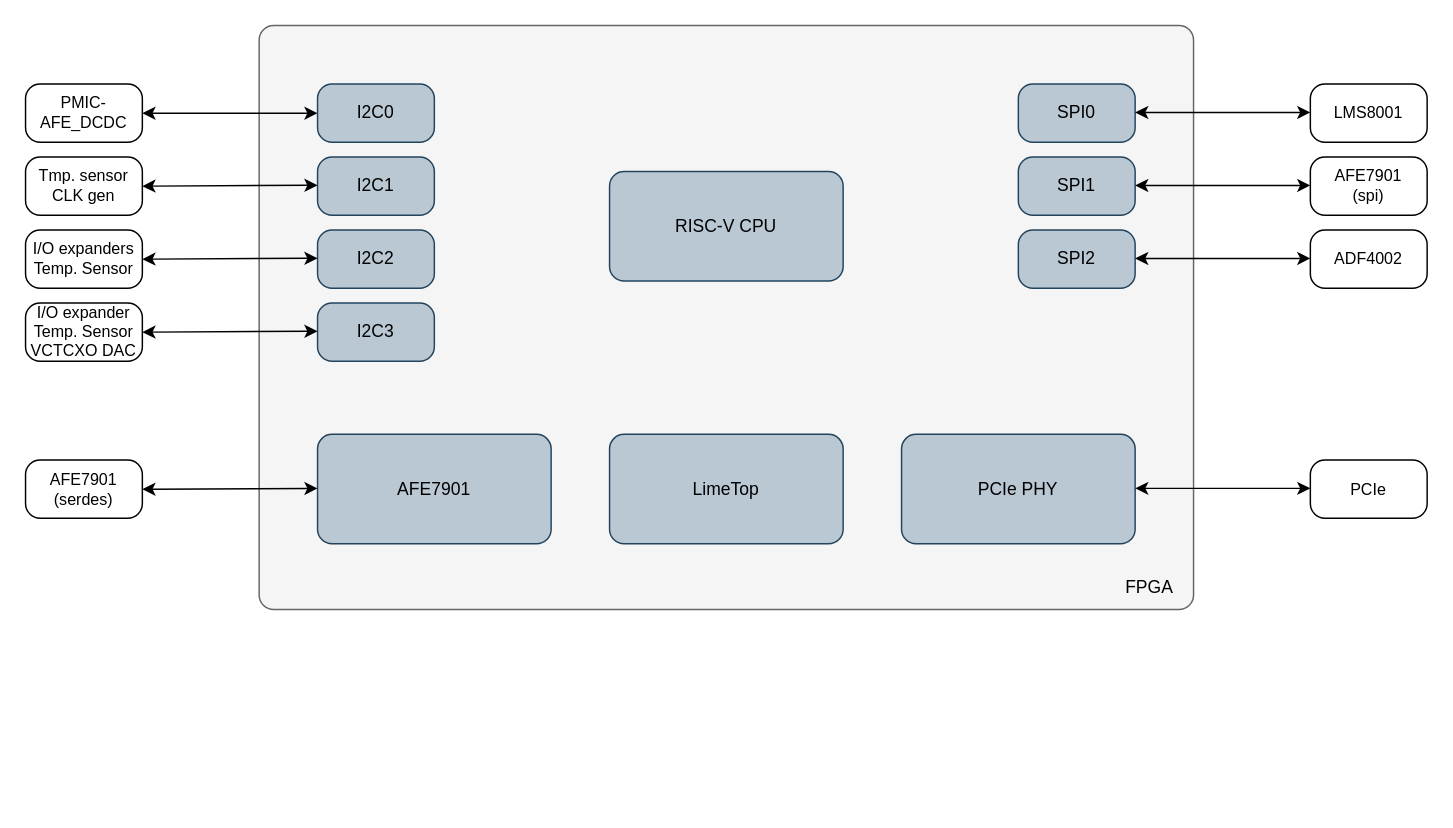
This is page "circuit" (1 of 2) of docs/docs/hipersdr_44xx/images/main_block_diagram.drawio from myriadrf/LimeSDR_GW, a draw.io file, before an edit. Source tidied: cells renumbered, new cells numbered last; positions are measured from the earlier drawing's top-left corner, leaving out a move shared by most shapes. Both pictures are drawn from the tidied source at 146%, with x=0, y=0 at pixel (25, 25).
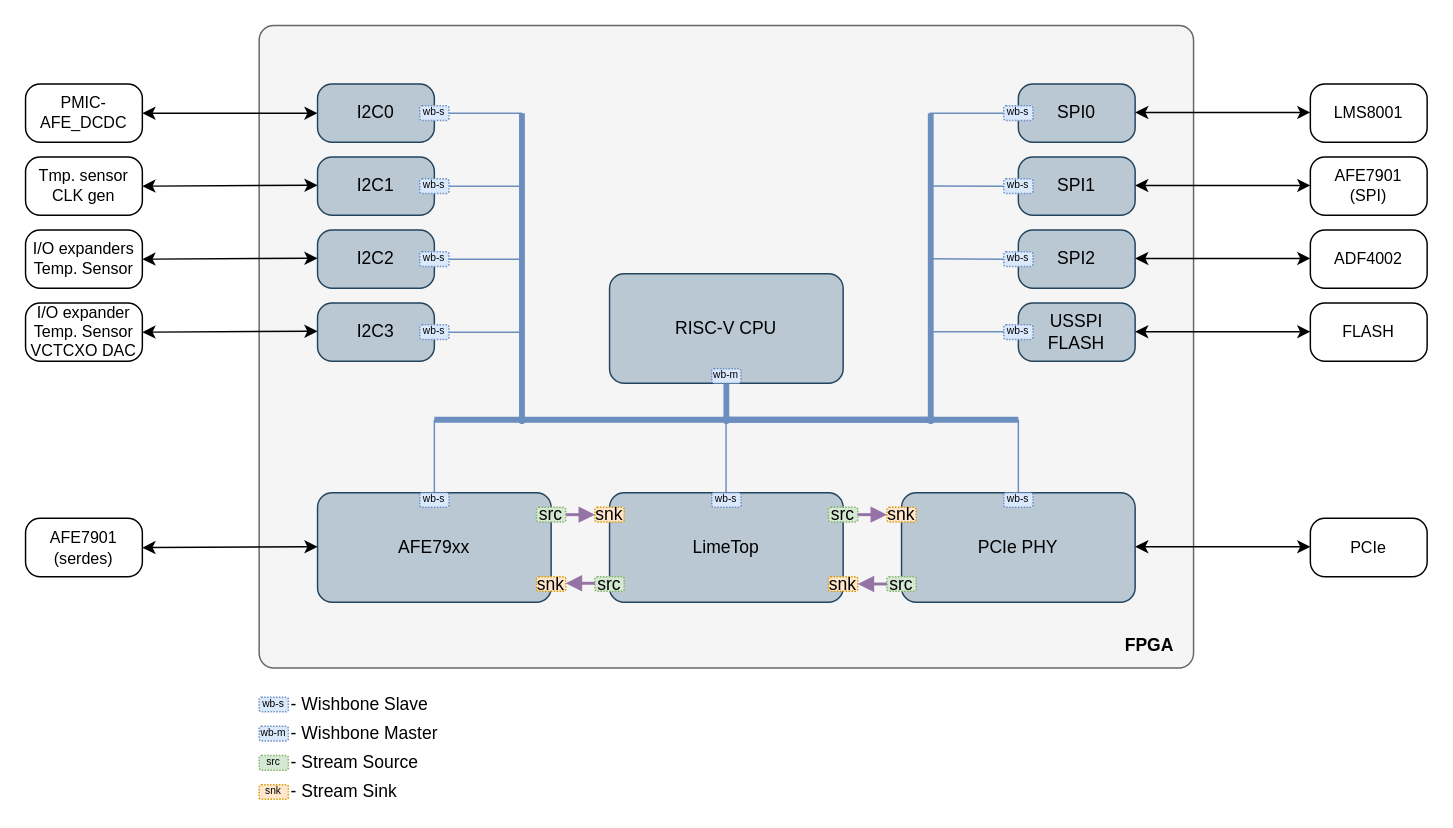
Above is the later version.

Commit message:
Updated main block diagram for hipersdr_44xx

The edit, as a diff of the source:
```diff
@@
     <mxCell id="2" style="html=1;whiteSpace=wrap;fillColor=#f5f5f5;shape=mxgraph.archimate3.application;appType=generic;archiType=rounded;strokeColor=#666666;fontColor=#333333;" parent="1" vertex="1">
-      <mxGeometry x="160" width="640" height="400" as="geometry" />
+      <mxGeometry x="160" width="640" height="440" as="geometry" />
     </mxCell>
     <mxCell id="3" value="LimeTop" style="html=1;whiteSpace=wrap;fillColor=#bac8d3;shape=mxgraph.archimate3.application;appType=generic;archiType=rounded;strokeColor=#23445d;" parent="1" vertex="1">
-      <mxGeometry x="400" y="280" width="160" height="75" as="geometry" />
+      <mxGeometry x="400" y="320" width="160" height="75" as="geometry" />
     </mxCell>
     <mxCell id="4" value="PCIe PHY" style="html=1;whiteSpace=wrap;fillColor=#bac8d3;shape=mxgraph.archimate3.application;appType=generic;archiType=rounded;strokeColor=#23445d;" parent="1" vertex="1">
-      <mxGeometry x="600" y="280" width="160" height="75" as="geometry" />
+      <mxGeometry x="600" y="320" width="160" height="75" as="geometry" />
     </mxCell>
@@
-    <mxCell id="20" value="AFE7901" style="html=1;whiteSpace=wrap;fillColor=#bac8d3;shape=mxgraph.archimate3.application;appType=generic;archiType=rounded;strokeColor=#23445d;" parent="1" vertex="1">
-      <mxGeometry x="200" y="280" width="160" height="75" as="geometry" />
+    <mxCell id="20" value="AFE79xx" style="html=1;whiteSpace=wrap;fillColor=#bac8d3;shape=mxgraph.archimate3.application;appType=generic;archiType=rounded;strokeColor=#23445d;" parent="1" vertex="1">
+      <mxGeometry x="200" y="320" width="160" height="75" as="geometry" />
     </mxCell>
-    <mxCell id="21" value="RISC-V CPU" style="html=1;whiteSpace=wrap;fillColor=#bac8d3;shape=mxgraph.archimate3.application;appType=generic;archiType=rounded;strokeColor=#23445d;" parent="1" vertex="1">
-      <mxGeometry x="400" y="100" width="160" height="75" as="geometry" />
-    </mxCell>
     <mxCell id="22" value="PCIe" style="html=1;whiteSpace=wrap;shape=mxgraph.archimate3.application;appType=generic;archiType=rounded;fontSize=11;" parent="1" vertex="1">
-      <mxGeometry x="880" y="297.5" width="80" height="40" as="geometry" />
+      <mxGeometry x="880" y="337.5" width="80" height="40" as="geometry" />
     </mxCell>
@@
-    <mxCell id="24" value="AFE7901&lt;div&gt;(spi)&lt;/div&gt;" style="html=1;whiteSpace=wrap;shape=mxgraph.archimate3.application;appType=generic;archiType=rounded;fontSize=11;" parent="1" vertex="1">
+    <mxCell id="24" value="AFE7901&lt;div&gt;(SPI)&lt;/div&gt;" style="html=1;whiteSpace=wrap;shape=mxgraph.archimate3.application;appType=generic;archiType=rounded;fontSize=11;" parent="1" vertex="1">
       <mxGeometry x="880" y="90" width="80" height="40" as="geometry" />
     </mxCell>
@@
     <mxCell id="29" style="endArrow=classic;startArrow=classic;html=1;rounded=0;entryX=0;entryY=0.5;entryDx=0;entryDy=0;entryPerimeter=0;exitX=1;exitY=0.5;exitDx=0;exitDy=0;exitPerimeter=0;" parent="1" edge="1">
       <mxGeometry relative="1" as="geometry">
-        <mxPoint x="760" y="317" as="sourcePoint" />
-        <mxPoint x="880" y="317" as="targetPoint" />
+        <mxPoint x="760" y="357" as="sourcePoint" />
+        <mxPoint x="880" y="357" as="targetPoint" />
       </mxGeometry>
     </mxCell>
-    <mxCell id="30" value="FPGA" style="text;strokeColor=none;align=center;fillColor=none;html=1;verticalAlign=middle;whiteSpace=wrap;rounded=0;" parent="1" vertex="1">
-      <mxGeometry x="740" y="370" width="60" height="30" as="geometry" />
+    <mxCell id="30" value="FPGA" style="text;strokeColor=none;align=center;fillColor=none;html=1;verticalAlign=middle;whiteSpace=wrap;rounded=0;fontStyle=1;" parent="1" vertex="1">
+      <mxGeometry x="740" y="410" width="60" height="30" as="geometry" />
     </mxCell>
     <mxCell id="31" value="AFE7901&lt;br&gt;(serdes)" style="html=1;whiteSpace=wrap;shape=mxgraph.archimate3.application;appType=generic;archiType=rounded;fontSize=11;" parent="1" vertex="1">
-      <mxGeometry y="297.5" width="80" height="40" as="geometry" />
+      <mxGeometry y="337.5" width="80" height="40" as="geometry" />
     </mxCell>
     <mxCell id="32" style="endArrow=classic;startArrow=classic;html=1;rounded=0;entryX=0;entryY=0.5;entryDx=0;entryDy=0;entryPerimeter=0;exitX=1;exitY=0.5;exitDx=0;exitDy=0;exitPerimeter=0;" parent="1" edge="1">
       <mxGeometry relative="1" as="geometry">
-        <mxPoint x="80" y="317.6" as="sourcePoint" />
-        <mxPoint x="200" y="317" as="targetPoint" />
+        <mxPoint x="80" y="357.6" as="sourcePoint" />
+        <mxPoint x="200" y="357" as="targetPoint" />
       </mxGeometry>
     </mxCell>
+    <mxCell id="33" value="src" style="rounded=1;whiteSpace=wrap;html=1;fillColor=#d5e8d4;strokeColor=#82b366;dashed=1;dashPattern=1 1;" parent="1" vertex="1">
+      <mxGeometry x="550" y="330" width="20" height="10" as="geometry" />
+    </mxCell>
+    <mxCell id="34" value="snk" style="rounded=1;whiteSpace=wrap;html=1;fillColor=#ffe6cc;strokeColor=#d79b00;dashed=1;dashPattern=1 1;" parent="1" vertex="1">
+      <mxGeometry x="590" y="330" width="20" height="10" as="geometry" />
+    </mxCell>
+    <mxCell id="35" value="snk" style="rounded=1;whiteSpace=wrap;html=1;fillColor=#ffe6cc;strokeColor=#d79b00;dashed=1;dashPattern=1 1;" parent="1" vertex="1">
+      <mxGeometry x="390" y="330" width="20" height="10" as="geometry" />
+    </mxCell>
+    <mxCell id="36" value="src" style="rounded=1;whiteSpace=wrap;html=1;fillColor=#d5e8d4;strokeColor=#82b366;dashed=1;dashPattern=1 1;" parent="1" vertex="1">
+      <mxGeometry x="590" y="377.5" width="20" height="10" as="geometry" />
+    </mxCell>
+    <mxCell id="37" value="src" style="rounded=1;whiteSpace=wrap;html=1;fillColor=#d5e8d4;strokeColor=#82b366;dashed=1;dashPattern=1 1;" parent="1" vertex="1">
+      <mxGeometry x="390" y="377.5" width="20" height="10" as="geometry" />
+    </mxCell>
+    <mxCell id="38" value="snk" style="rounded=1;whiteSpace=wrap;html=1;fillColor=#ffe6cc;strokeColor=#d79b00;dashed=1;dashPattern=1 1;" parent="1" vertex="1">
+      <mxGeometry x="350" y="377.5" width="20" height="10" as="geometry" />
+    </mxCell>
+    <mxCell id="39" value="snk" style="rounded=1;whiteSpace=wrap;html=1;fillColor=#ffe6cc;strokeColor=#d79b00;dashed=1;dashPattern=1 1;" parent="1" vertex="1">
+      <mxGeometry x="550" y="377.5" width="20" height="10" as="geometry" />
+    </mxCell>
+    <mxCell id="40" style="endArrow=block;html=1;rounded=0;fillColor=#e1d5e7;strokeColor=#9673a6;exitX=1;exitY=0.5;exitDx=0;exitDy=0;entryX=0;entryY=0.5;entryDx=0;entryDy=0;strokeWidth=2;endFill=1;" parent="1" edge="1" target="35">
+      <mxGeometry relative="1" as="geometry">
+        <mxPoint x="370" y="335" as="sourcePoint" />
+      </mxGeometry>
+    </mxCell>
+    <mxCell id="41" style="endArrow=block;html=1;rounded=0;fillColor=#e1d5e7;strokeColor=#9673a6;exitX=1;exitY=0.5;exitDx=0;exitDy=0;entryX=0;entryY=0.5;entryDx=0;entryDy=0;strokeWidth=2;endFill=1;" parent="1" edge="1" source="33" target="34">
+      <mxGeometry relative="1" as="geometry" />
+    </mxCell>
+    <mxCell id="42" style="endArrow=block;html=1;rounded=0;fillColor=#e1d5e7;strokeColor=#9673a6;exitX=0;exitY=0.5;exitDx=0;exitDy=0;entryX=1;entryY=0.5;entryDx=0;entryDy=0;strokeWidth=2;endFill=1;" parent="1" edge="1" source="36" target="39">
+      <mxGeometry relative="1" as="geometry" />
+    </mxCell>
+    <mxCell id="43" style="endArrow=block;html=1;rounded=0;fillColor=#e1d5e7;strokeColor=#9673a6;strokeWidth=2;endFill=1;" parent="1" edge="1">
+      <mxGeometry relative="1" as="geometry">
+        <mxPoint x="390" y="382" as="sourcePoint" />
+        <mxPoint x="370" y="382" as="targetPoint" />
+      </mxGeometry>
+    </mxCell>
+    <mxCell id="44" value="wb-s" style="rounded=1;whiteSpace=wrap;html=1;fillColor=#dae8fc;strokeColor=#6c8ebf;fontStyle=0;textShadow=0;fontSize=7;strokeOpacity=100;fillOpacity=100;dashed=1;dashPattern=1 1;" parent="1" vertex="1">
+      <mxGeometry x="670" y="55" width="20" height="10" as="geometry" />
+    </mxCell>
+    <mxCell id="45" value="wb-s" style="rounded=1;whiteSpace=wrap;html=1;fillColor=#dae8fc;strokeColor=#6c8ebf;fontStyle=0;textShadow=0;fontSize=7;strokeOpacity=100;fillOpacity=100;dashed=1;dashPattern=1 1;" parent="1" vertex="1">
+      <mxGeometry x="670" y="105" width="20" height="10" as="geometry" />
+    </mxCell>
+    <mxCell id="46" value="wb-s" style="rounded=1;whiteSpace=wrap;html=1;fillColor=#dae8fc;strokeColor=#6c8ebf;fontStyle=0;textShadow=0;fontSize=7;strokeOpacity=100;fillOpacity=100;dashed=1;dashPattern=1 1;" parent="1" vertex="1">
+      <mxGeometry x="670" y="155" width="20" height="10" as="geometry" />
+    </mxCell>
+    <mxCell id="47" value="wb-s" style="rounded=1;whiteSpace=wrap;html=1;fillColor=#dae8fc;strokeColor=#6c8ebf;fontStyle=0;textShadow=0;fontSize=7;strokeOpacity=100;fillOpacity=100;dashed=1;dashPattern=1 1;gradientColor=none;" parent="1" vertex="1">
+      <mxGeometry x="270" y="55" width="20" height="10" as="geometry" />
+    </mxCell>
+    <mxCell id="48" value="wb-s" style="rounded=1;whiteSpace=wrap;html=1;fillColor=#dae8fc;strokeColor=#6c8ebf;fontStyle=0;textShadow=0;fontSize=7;strokeOpacity=100;fillOpacity=100;dashed=1;dashPattern=1 1;" parent="1" vertex="1">
+      <mxGeometry x="270" y="205" width="20" height="10" as="geometry" />
+    </mxCell>
+    <mxCell id="49" style="endArrow=none;html=1;rounded=0;exitX=0;exitY=0.5;exitDx=0;exitDy=0;fillColor=#dae8fc;strokeColor=#6c8ebf;" parent="1" edge="1" source="44">
+      <mxGeometry relative="1" as="geometry">
+        <mxPoint x="619.3" y="60" as="targetPoint" />
+      </mxGeometry>
+    </mxCell>
+    <mxCell id="50" style="endArrow=none;html=1;rounded=0;fillColor=#dae8fc;strokeColor=#6c8ebf;" parent="1" edge="1">
+      <mxGeometry relative="1" as="geometry">
+        <mxPoint x="670" y="110" as="sourcePoint" />
+        <mxPoint x="619.3" y="109.9" as="targetPoint" />
+      </mxGeometry>
+    </mxCell>
+    <mxCell id="51" style="endArrow=none;html=1;rounded=0;fillColor=#dae8fc;strokeColor=#6c8ebf;" parent="1" edge="1">
+      <mxGeometry relative="1" as="geometry">
+        <mxPoint x="670" y="160" as="sourcePoint" />
+        <mxPoint x="619.3" y="159.7" as="targetPoint" />
+      </mxGeometry>
+    </mxCell>
+    <mxCell id="52" style="endArrow=none;html=1;rounded=0;fillColor=#dae8fc;strokeColor=#6c8ebf;" parent="1" edge="1">
+      <mxGeometry relative="1" as="geometry">
+        <mxPoint x="340" y="60" as="sourcePoint" />
+        <mxPoint x="290" y="60" as="targetPoint" />
+      </mxGeometry>
+    </mxCell>
+    <mxCell id="53" style="endArrow=none;html=1;rounded=0;exitX=0;exitY=0.5;exitDx=0;exitDy=0;fillColor=#dae8fc;strokeColor=#6c8ebf;" parent="1" edge="1" source="88">
+      <mxGeometry relative="1" as="geometry">
+        <mxPoint x="280" y="109.7" as="targetPoint" />
+      </mxGeometry>
+    </mxCell>
+    <mxCell id="54" style="endArrow=none;html=1;rounded=0;exitX=0;exitY=0.5;exitDx=0;exitDy=0;fillColor=#dae8fc;strokeColor=#6c8ebf;" parent="1" edge="1" source="90">
+      <mxGeometry relative="1" as="geometry">
+        <mxPoint x="280" y="159.7" as="targetPoint" />
+      </mxGeometry>
+    </mxCell>
+    <mxCell id="55" style="endArrow=none;html=1;rounded=0;fillColor=#dae8fc;strokeColor=#6c8ebf;" parent="1" edge="1">
+      <mxGeometry relative="1" as="geometry">
+        <mxPoint x="340" y="210" as="sourcePoint" />
+        <mxPoint x="290" y="210" as="targetPoint" />
+      </mxGeometry>
+    </mxCell>
+    <mxCell id="56" style="endArrow=none;html=1;rounded=0;strokeWidth=4;fillColor=#dae8fc;strokeColor=#6c8ebf;" parent="1" edge="1" source="86">
+      <mxGeometry relative="1" as="geometry">
+        <mxPoint x="620" y="60" as="targetPoint" />
+      </mxGeometry>
+    </mxCell>
+    <mxCell id="57" style="endArrow=none;html=1;rounded=0;entryX=0.5;entryY=1;entryDx=0;entryDy=0;fillColor=#dae8fc;strokeColor=#6c8ebf;strokeWidth=2;" parent="1" edge="1" target="82">
+      <mxGeometry relative="1" as="geometry">
+        <mxPoint x="480" y="210" as="sourcePoint" />
+      </mxGeometry>
+    </mxCell>
+    <mxCell id="58" value="wb-s" style="rounded=1;whiteSpace=wrap;html=1;fillColor=#dae8fc;strokeColor=#6c8ebf;fontStyle=0;textShadow=0;fontSize=7;strokeOpacity=100;fillOpacity=100;dashed=1;dashPattern=1 1;" parent="1" vertex="1">
+      <mxGeometry x="470" y="320" width="20" height="10" as="geometry" />
+    </mxCell>
+    <mxCell id="59" value="wb-s" style="rounded=1;whiteSpace=wrap;html=1;fillColor=#dae8fc;strokeColor=#6c8ebf;fontStyle=0;textShadow=0;fontSize=7;strokeOpacity=100;fillOpacity=100;dashed=1;dashPattern=1 1;" parent="1" vertex="1">
+      <mxGeometry x="160" y="460" width="20" height="10" as="geometry" />
+    </mxCell>
+    <mxCell id="60" value="wb-m" style="rounded=1;whiteSpace=wrap;html=1;fillColor=#dae8fc;strokeColor=#6c8ebf;fontStyle=0;textShadow=0;fontSize=7;strokeOpacity=100;fillOpacity=100;dashed=1;dashPattern=1 1;" parent="1" vertex="1">
+      <mxGeometry x="160" y="480" width="20" height="10" as="geometry" />
+    </mxCell>
+    <mxCell id="61" value="src" style="rounded=1;whiteSpace=wrap;html=1;fillColor=#d5e8d4;strokeColor=#82b366;gradientColor=none;fontStyle=0;textShadow=0;dashed=1;dashPattern=1 1;fontSize=7;" parent="1" vertex="1">
+      <mxGeometry x="160" y="500" width="20" height="10" as="geometry" />
+    </mxCell>
+    <mxCell id="62" value="snk" style="rounded=1;whiteSpace=wrap;html=1;fillColor=#ffe6cc;strokeColor=#d79b00;dashed=1;dashPattern=1 1;fontSize=7;" parent="1" vertex="1">
+      <mxGeometry x="160" y="520" width="20" height="10" as="geometry" />
+    </mxCell>
+    <mxCell id="63" value="- Wishbone Slave" style="text;html=1;align=left;verticalAlign=middle;whiteSpace=wrap;rounded=0;" parent="1" vertex="1">
+      <mxGeometry x="180" y="460" width="110" height="10" as="geometry" />
+    </mxCell>
+    <mxCell id="64" value="- Wishbone Master" style="text;html=1;align=left;verticalAlign=middle;whiteSpace=wrap;rounded=0;" parent="1" vertex="1">
+      <mxGeometry x="180" y="480" width="110" height="10" as="geometry" />
+    </mxCell>
+    <mxCell id="65" value="- Stream Source" style="text;html=1;align=left;verticalAlign=middle;whiteSpace=wrap;rounded=0;" parent="1" vertex="1">
+      <mxGeometry x="180" y="500" width="110" height="10" as="geometry" />
+    </mxCell>
+    <mxCell id="66" value="- Stream Sink" style="text;html=1;align=left;verticalAlign=middle;whiteSpace=wrap;rounded=0;" parent="1" vertex="1">
+      <mxGeometry x="180" y="520" width="110" height="10" as="geometry" />
+    </mxCell>
+    <mxCell id="67" style="endArrow=none;html=1;rounded=0;strokeWidth=4;fillColor=#dae8fc;strokeColor=#6c8ebf;" parent="1" edge="1" source="74">
+      <mxGeometry relative="1" as="geometry">
+        <mxPoint x="680" y="270" as="targetPoint" />
+      </mxGeometry>
+    </mxCell>
+    <mxCell id="68" value="wb-s" style="rounded=1;whiteSpace=wrap;html=1;fillColor=#dae8fc;strokeColor=#6c8ebf;fontStyle=0;textShadow=0;fontSize=7;strokeOpacity=100;fillOpacity=100;dashed=1;dashPattern=1 1;" parent="1" vertex="1">
+      <mxGeometry x="270" y="320" width="20" height="10" as="geometry" />
+    </mxCell>
+    <mxCell id="69" value="wb-s" style="rounded=1;whiteSpace=wrap;html=1;fillColor=#dae8fc;strokeColor=#6c8ebf;fontStyle=0;textShadow=0;fontSize=7;strokeOpacity=100;fillOpacity=100;dashed=1;dashPattern=1 1;" parent="1" vertex="1">
+      <mxGeometry x="670" y="320" width="20" height="10" as="geometry" />
+    </mxCell>
+    <mxCell id="70" style="endArrow=none;html=1;rounded=0;fillColor=#dae8fc;strokeColor=#6c8ebf;" parent="1" edge="1">
+      <mxGeometry relative="1" as="geometry">
+        <mxPoint x="280" y="320" as="sourcePoint" />
+        <mxPoint x="280" y="270" as="targetPoint" />
+      </mxGeometry>
+    </mxCell>
+    <mxCell id="71" style="endArrow=none;html=1;rounded=0;fillColor=#dae8fc;strokeColor=#6c8ebf;" parent="1" edge="1">
+      <mxGeometry relative="1" as="geometry">
+        <mxPoint x="680" y="320" as="sourcePoint" />
+        <mxPoint x="680" y="270" as="targetPoint" />
+      </mxGeometry>
+    </mxCell>
+    <mxCell id="72" style="endArrow=none;html=1;rounded=0;fillColor=#dae8fc;strokeColor=#6c8ebf;" parent="1" edge="1">
+      <mxGeometry relative="1" as="geometry">
+        <mxPoint x="479.8" y="320" as="sourcePoint" />
+        <mxPoint x="479.8" y="270" as="targetPoint" />
+      </mxGeometry>
+    </mxCell>
+    <mxCell id="73" style="endArrow=none;html=1;rounded=0;strokeWidth=2;fillColor=#dae8fc;strokeColor=#6c8ebf;" parent="1" edge="1" source="84" target="74">
+      <mxGeometry relative="1" as="geometry" />
+    </mxCell>
+    <mxCell id="74" style="shape=waypoint;sketch=0;fillStyle=solid;size=6;points=[];fillColor=#dae8fc;perimeter=centerPerimeter;snapToPoint=1;strokeColor=#6c8ebf;" parent="1" vertex="1">
+      <mxGeometry x="470" y="260" width="20" height="20" as="geometry" />
+    </mxCell>
+    <mxCell id="75" style="endArrow=none;html=1;rounded=0;entryDx=0;entryDy=0;fillColor=#dae8fc;strokeColor=#6c8ebf;strokeWidth=4;" parent="1" edge="1">
+      <mxGeometry relative="1" as="geometry">
+        <mxPoint x="480" y="270" as="sourcePoint" />
+        <mxPoint x="480" y="210" as="targetPoint" />
+      </mxGeometry>
+    </mxCell>
+    <mxCell id="76" value="USSPI&lt;div&gt;FLASH&lt;/div&gt;" style="html=1;whiteSpace=wrap;fillColor=#bac8d3;shape=mxgraph.archimate3.application;appType=generic;archiType=rounded;strokeColor=#23445d;fontSize=12;" parent="1" vertex="1">
+      <mxGeometry x="680" y="190" width="80" height="40" as="geometry" />
+    </mxCell>
+    <mxCell id="77" style="endArrow=none;html=1;rounded=0;exitX=0;exitY=0.5;exitDx=0;exitDy=0;fillColor=#dae8fc;strokeColor=#6c8ebf;" parent="1" edge="1">
+      <mxGeometry relative="1" as="geometry">
+        <mxPoint x="680" y="209.7" as="sourcePoint" />
+        <mxPoint x="619.3" y="209.7" as="targetPoint" />
+      </mxGeometry>
+    </mxCell>
+    <mxCell id="78" value="wb-s" style="rounded=1;whiteSpace=wrap;html=1;fillColor=#dae8fc;strokeColor=#6c8ebf;fontStyle=0;textShadow=0;fontSize=7;strokeOpacity=100;fillOpacity=100;dashed=1;dashPattern=1 1;" parent="1" vertex="1">
+      <mxGeometry x="670" y="205" width="20" height="10" as="geometry" />
+    </mxCell>
+    <mxCell id="79" value="FLASH" style="html=1;whiteSpace=wrap;shape=mxgraph.archimate3.application;appType=generic;archiType=rounded;fontSize=11;" parent="1" vertex="1">
+      <mxGeometry x="880" y="190" width="80" height="40" as="geometry" />
+    </mxCell>
+    <mxCell id="80" style="endArrow=classic;startArrow=classic;html=1;rounded=0;entryX=0;entryY=0.5;entryDx=0;entryDy=0;entryPerimeter=0;exitX=1;exitY=0.5;exitDx=0;exitDy=0;exitPerimeter=0;" parent="1" edge="1">
+      <mxGeometry relative="1" as="geometry">
+        <mxPoint x="760" y="209.7" as="sourcePoint" />
+        <mxPoint x="880" y="209.7" as="targetPoint" />
+      </mxGeometry>
+    </mxCell>
+    <mxCell id="81" style="group;" parent="1" vertex="1">
+      <mxGeometry x="400" y="170" width="160" height="75" as="geometry" />
+    </mxCell>
+    <mxCell id="21" value="RISC-V CPU" style="html=1;whiteSpace=wrap;fillColor=#bac8d3;shape=mxgraph.archimate3.application;appType=generic;archiType=rounded;strokeColor=#23445d;" parent="81" vertex="1">
+      <mxGeometry width="160" height="75" as="geometry" />
+    </mxCell>
+    <mxCell id="82" value="wb-m" style="rounded=1;whiteSpace=wrap;html=1;fillColor=#dae8fc;strokeColor=#6c8ebf;fontStyle=0;textShadow=0;fontSize=7;strokeOpacity=100;fillOpacity=100;dashed=1;dashPattern=1 1;" parent="81" vertex="1">
+      <mxGeometry x="70" y="65" width="20" height="10" as="geometry" />
+    </mxCell>
+    <mxCell id="83" style="endArrow=none;html=1;rounded=0;strokeWidth=4;fillColor=#dae8fc;strokeColor=#6c8ebf;" parent="1" edge="1" target="84">
+      <mxGeometry relative="1" as="geometry">
+        <mxPoint x="280" y="270" as="sourcePoint" />
+      </mxGeometry>
+    </mxCell>
+    <mxCell id="84" style="shape=waypoint;sketch=0;fillStyle=solid;size=6;points=[];fillColor=#dae8fc;perimeter=centerPerimeter;snapToPoint=1;strokeColor=#6c8ebf;" parent="1" vertex="1">
+      <mxGeometry x="330" y="260" width="20" height="20" as="geometry" />
+    </mxCell>
+    <mxCell id="85" style="endArrow=none;html=1;rounded=0;strokeWidth=4;fillColor=#dae8fc;strokeColor=#6c8ebf;" parent="1" edge="1" target="86">
+      <mxGeometry relative="1" as="geometry">
+        <mxPoint x="340" y="60" as="sourcePoint" />
+        <Array as="points">
+          <mxPoint x="340" y="270" />
+        </Array>
+      </mxGeometry>
+    </mxCell>
+    <mxCell id="86" style="shape=waypoint;sketch=0;fillStyle=solid;size=6;points=[];fillColor=#dae8fc;perimeter=centerPerimeter;snapToPoint=1;strokeColor=#6c8ebf;" parent="1" vertex="1">
+      <mxGeometry x="610" y="260" width="20" height="20" as="geometry" />
+    </mxCell>
+    <mxCell id="87" style="endArrow=none;html=1;rounded=0;fillColor=#dae8fc;strokeColor=#6c8ebf;" parent="1" edge="1" target="88">
+      <mxGeometry relative="1" as="geometry">
+        <mxPoint x="341" y="110" as="sourcePoint" />
+      </mxGeometry>
+    </mxCell>
+    <mxCell id="88" value="wb-s" style="rounded=1;whiteSpace=wrap;html=1;fillColor=#dae8fc;strokeColor=#6c8ebf;fontStyle=0;textShadow=0;fontSize=7;strokeOpacity=100;fillOpacity=100;dashed=1;dashPattern=1 1;" parent="1" vertex="1">
+      <mxGeometry x="270" y="105" width="20" height="10" as="geometry" />
+    </mxCell>
+    <mxCell id="89" style="endArrow=none;html=1;rounded=0;fillColor=#dae8fc;strokeColor=#6c8ebf;" parent="1" edge="1" target="90">
+      <mxGeometry relative="1" as="geometry">
+        <mxPoint x="341" y="160" as="sourcePoint" />
+      </mxGeometry>
+    </mxCell>
+    <mxCell id="90" value="wb-s" style="rounded=1;whiteSpace=wrap;html=1;fillColor=#dae8fc;strokeColor=#6c8ebf;fontStyle=0;textShadow=0;fontSize=7;strokeOpacity=100;fillOpacity=100;dashed=1;dashPattern=1 1;" parent="1" vertex="1">
+      <mxGeometry x="270" y="155" width="20" height="10" as="geometry" />
+    </mxCell>
+    <mxCell id="91" value="src" style="rounded=1;whiteSpace=wrap;html=1;fillColor=#d5e8d4;strokeColor=#82b366;dashed=1;dashPattern=1 1;" parent="1" vertex="1">
+      <mxGeometry x="350" y="330" width="20" height="10" as="geometry" />
+    </mxCell>
```
